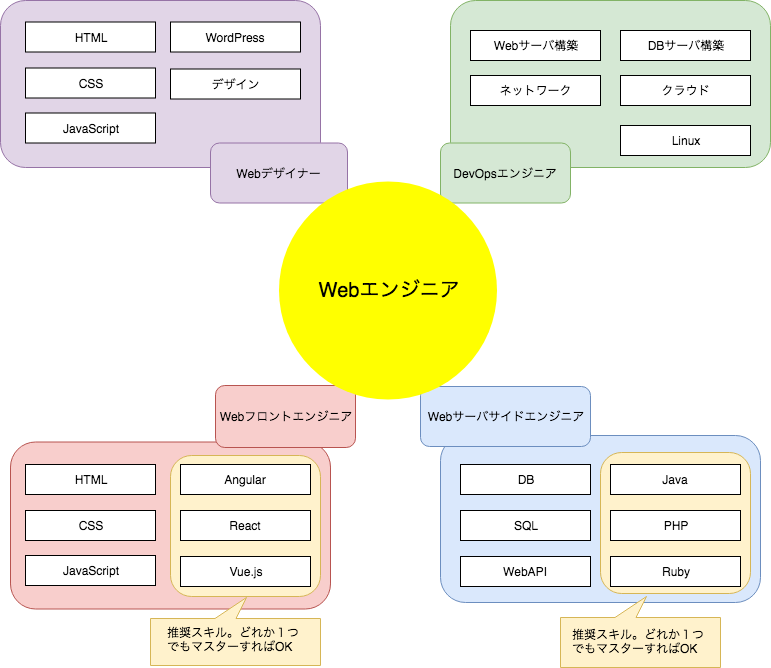
This is Untitled Diagram.png from furugen/Drawio, a draw.io export, as it was before one commit. Source tidied: cells renumbered, new cells last; positions are measured from the earlier drawing's top-left corner, leaving out a move shared by most shapes.
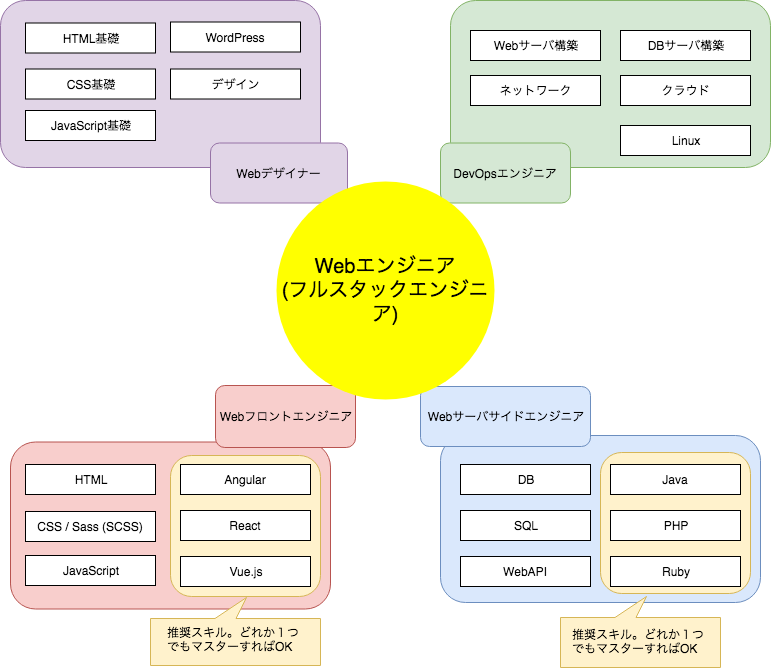
The same diagram one commit later.

The edit, as a diff of the source:
```diff
@@ -35,8 +35,8 @@
     <mxCell id="12" value="HTML" style="rounded=0;whiteSpace=wrap;html=1;" parent="1" vertex="1">
       <mxGeometry x="25" y="464" width="130" height="30" as="geometry" />
     </mxCell>
-    <mxCell id="13" value="CSS" style="rounded=0;whiteSpace=wrap;html=1;" parent="1" vertex="1">
-      <mxGeometry x="25" y="510" width="130" height="30" as="geometry" />
+    <mxCell id="13" value="CSS / Sass (SCSS)" style="rounded=0;whiteSpace=wrap;html=1;" parent="1" vertex="1">
+      <mxGeometry x="39" y="525" width="130" height="30" as="geometry" />
     </mxCell>
     <mxCell id="14" value="JavaScript" style="rounded=0;whiteSpace=wrap;html=1;" parent="1" vertex="1">
       <mxGeometry x="25" y="555" width="130" height="30" as="geometry" />
@@ -74,14 +74,14 @@
     <mxCell id="25" value="クラウド" style="rounded=0;whiteSpace=wrap;html=1;" parent="1" vertex="1">
       <mxGeometry x="620" y="75" width="130" height="30" as="geometry" />
     </mxCell>
-    <mxCell id="26" value="HTML" style="rounded=0;whiteSpace=wrap;html=1;" parent="1" vertex="1">
-      <mxGeometry x="25" y="21.5" width="130" height="30" as="geometry" />
+    <mxCell id="26" value="HTML基礎" style="rounded=0;whiteSpace=wrap;html=1;" parent="1" vertex="1">
+      <mxGeometry x="39" y="36.5" width="130" height="30" as="geometry" />
     </mxCell>
-    <mxCell id="27" value="CSS" style="rounded=0;whiteSpace=wrap;html=1;" parent="1" vertex="1">
-      <mxGeometry x="25" y="67.5" width="130" height="30" as="geometry" />
+    <mxCell id="27" value="CSS基礎" style="rounded=0;whiteSpace=wrap;html=1;" parent="1" vertex="1">
+      <mxGeometry x="39" y="82.5" width="130" height="30" as="geometry" />
     </mxCell>
-    <mxCell id="28" value="JavaScript" style="rounded=0;whiteSpace=wrap;html=1;" parent="1" vertex="1">
-      <mxGeometry x="25" y="112.5" width="130" height="30" as="geometry" />
+    <mxCell id="28" value="JavaScript基礎" style="rounded=0;whiteSpace=wrap;html=1;" parent="1" vertex="1">
+      <mxGeometry x="39" y="124" width="130" height="30" as="geometry" />
     </mxCell>
     <mxCell id="29" value="DBサーバ構築" style="rounded=0;whiteSpace=wrap;html=1;" parent="1" vertex="1">
       <mxGeometry x="620" y="30" width="130" height="30" as="geometry" />
@@ -113,8 +113,8 @@
     <mxCell id="38" value="推奨スキル。どれか１つでもマスターすればOK" style="text;html=1;strokeColor=none;fillColor=none;align=left;verticalAlign=middle;whiteSpace=wrap;rounded=0;" parent="1" vertex="1">
       <mxGeometry x="570" y="631" width="140" height="20" as="geometry" />
     </mxCell>
-    <mxCell id="39" value="&lt;span style=&quot;white-space: normal&quot;&gt;&lt;font style=&quot;font-size: 20px&quot;&gt;Webエンジニア&lt;/font&gt;&lt;/span&gt;" style="ellipse;whiteSpace=wrap;html=1;fillColor=#FFFF00;strokeColor=none;" parent="1" vertex="1">
-      <mxGeometry x="278.5" y="181" width="218" height="218" as="geometry" />
+    <mxCell id="39" value="&lt;span style=&quot;white-space: normal&quot;&gt;&lt;font style=&quot;font-size: 20px&quot;&gt;Webエンジニア&lt;br&gt;(フルスタックエンジニア)&lt;br&gt;&lt;/font&gt;&lt;/span&gt;" style="ellipse;whiteSpace=wrap;html=1;fillColor=#FFFF00;strokeColor=none;" parent="1" vertex="1">
+      <mxGeometry x="290" y="195" width="218" height="218" as="geometry" />
     </mxCell>
   </root>
 </mxGraphModel>
```
